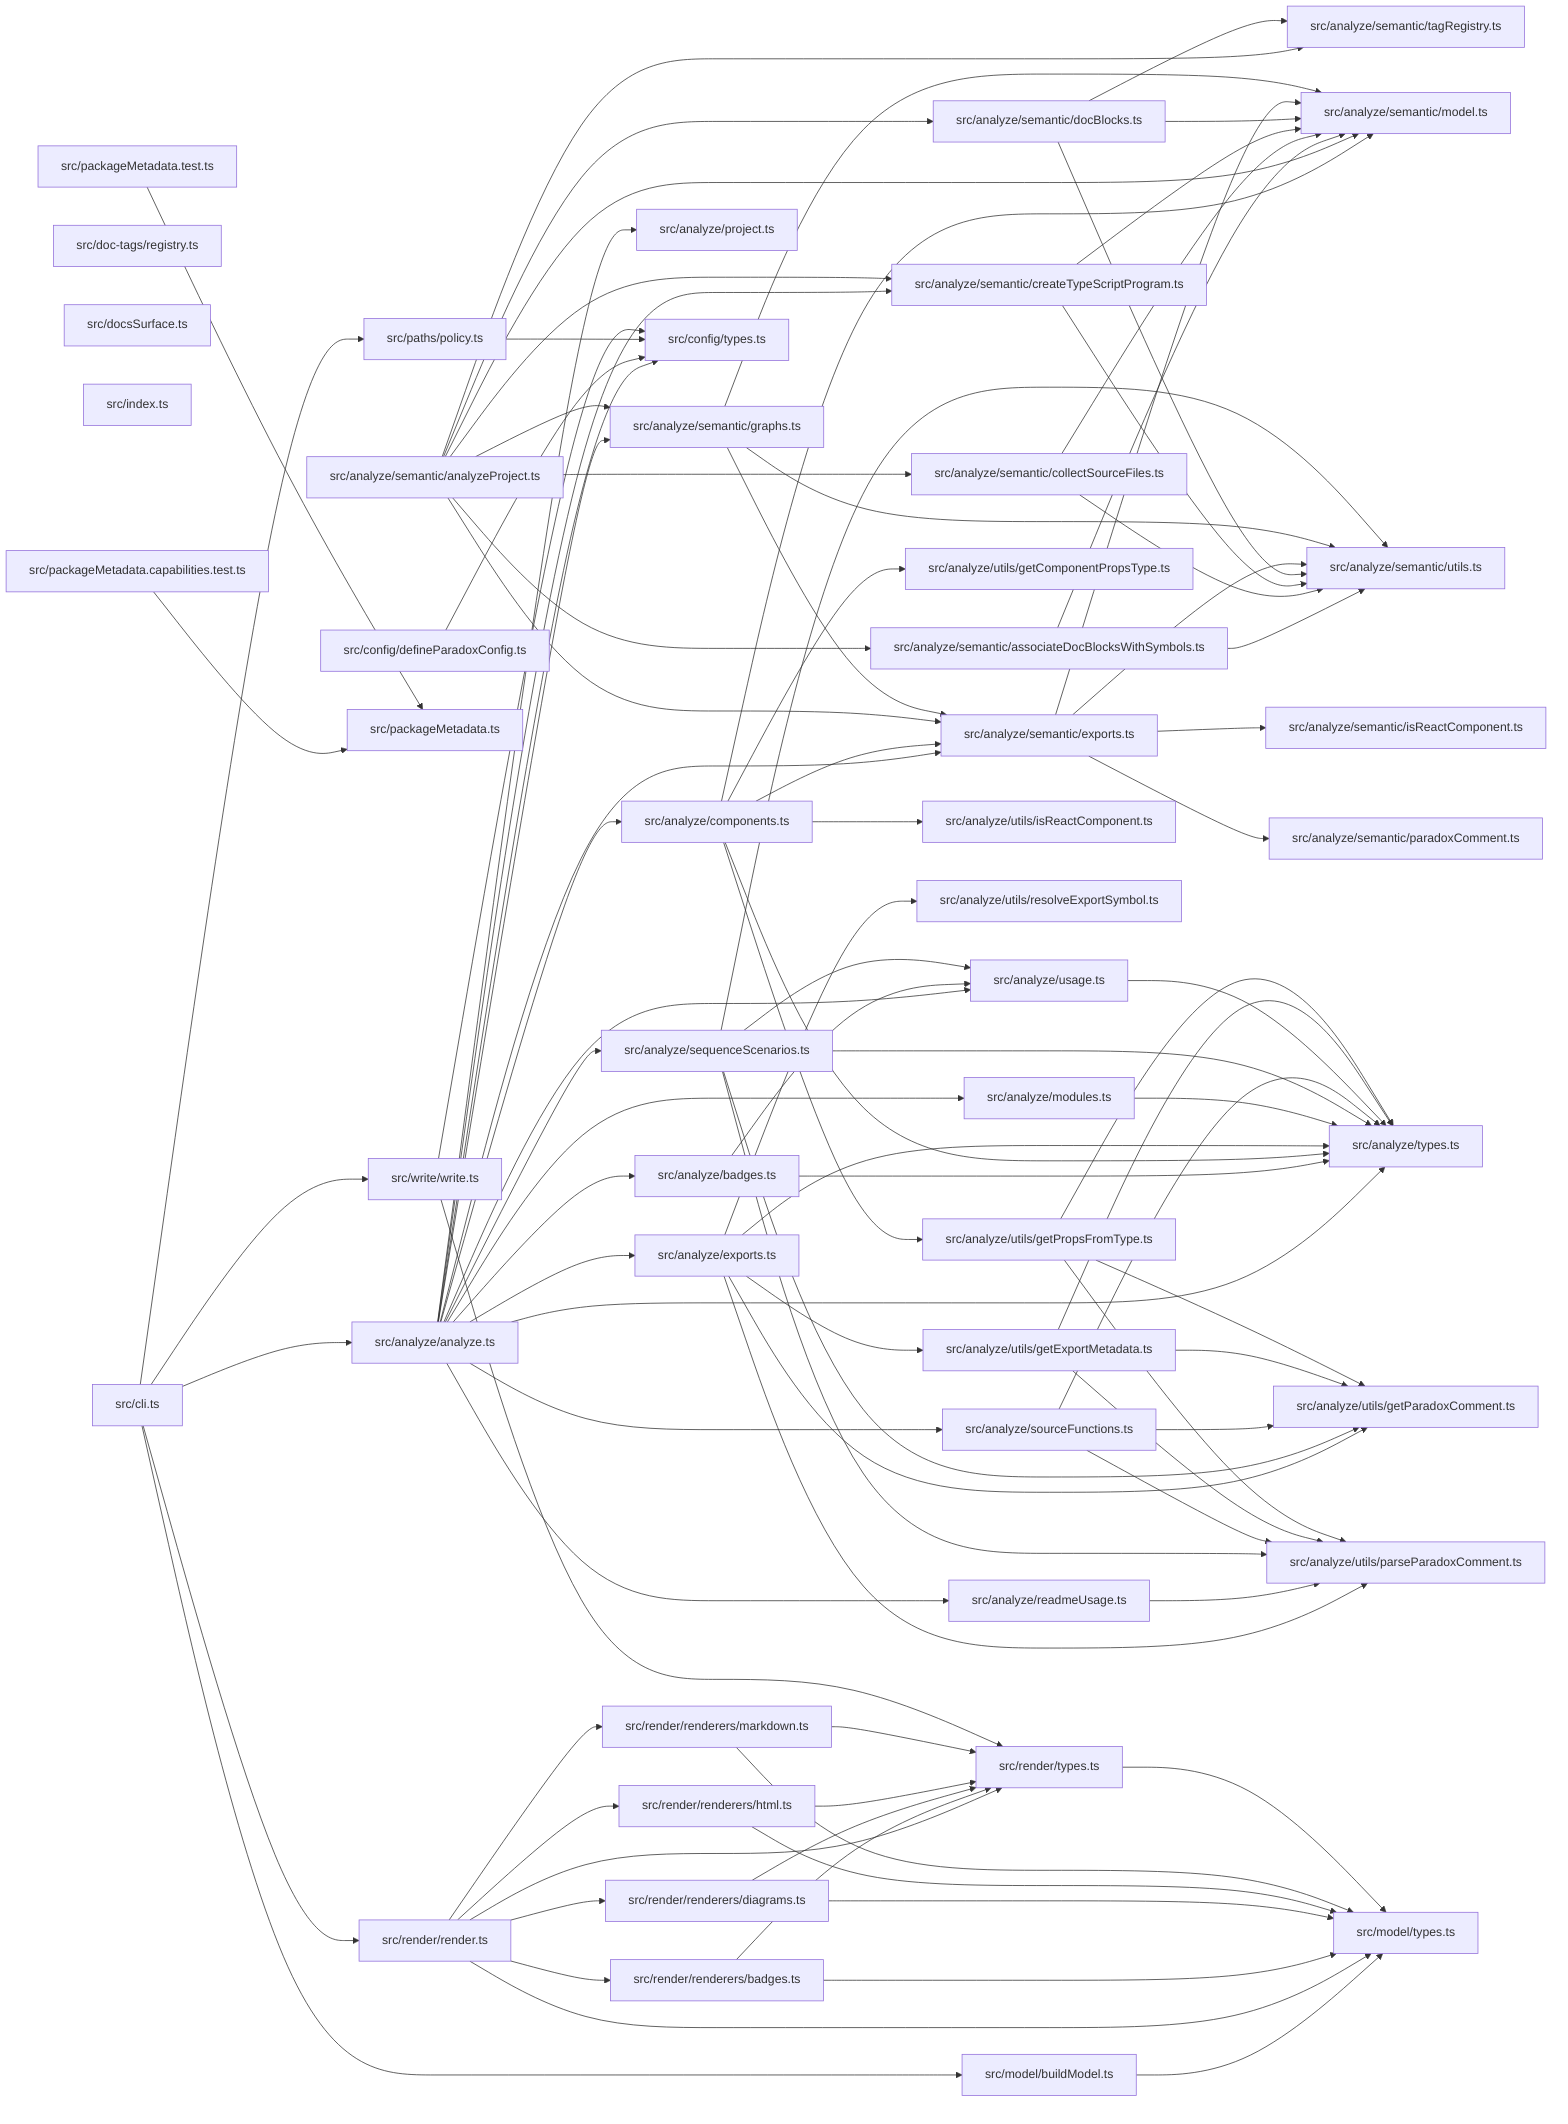
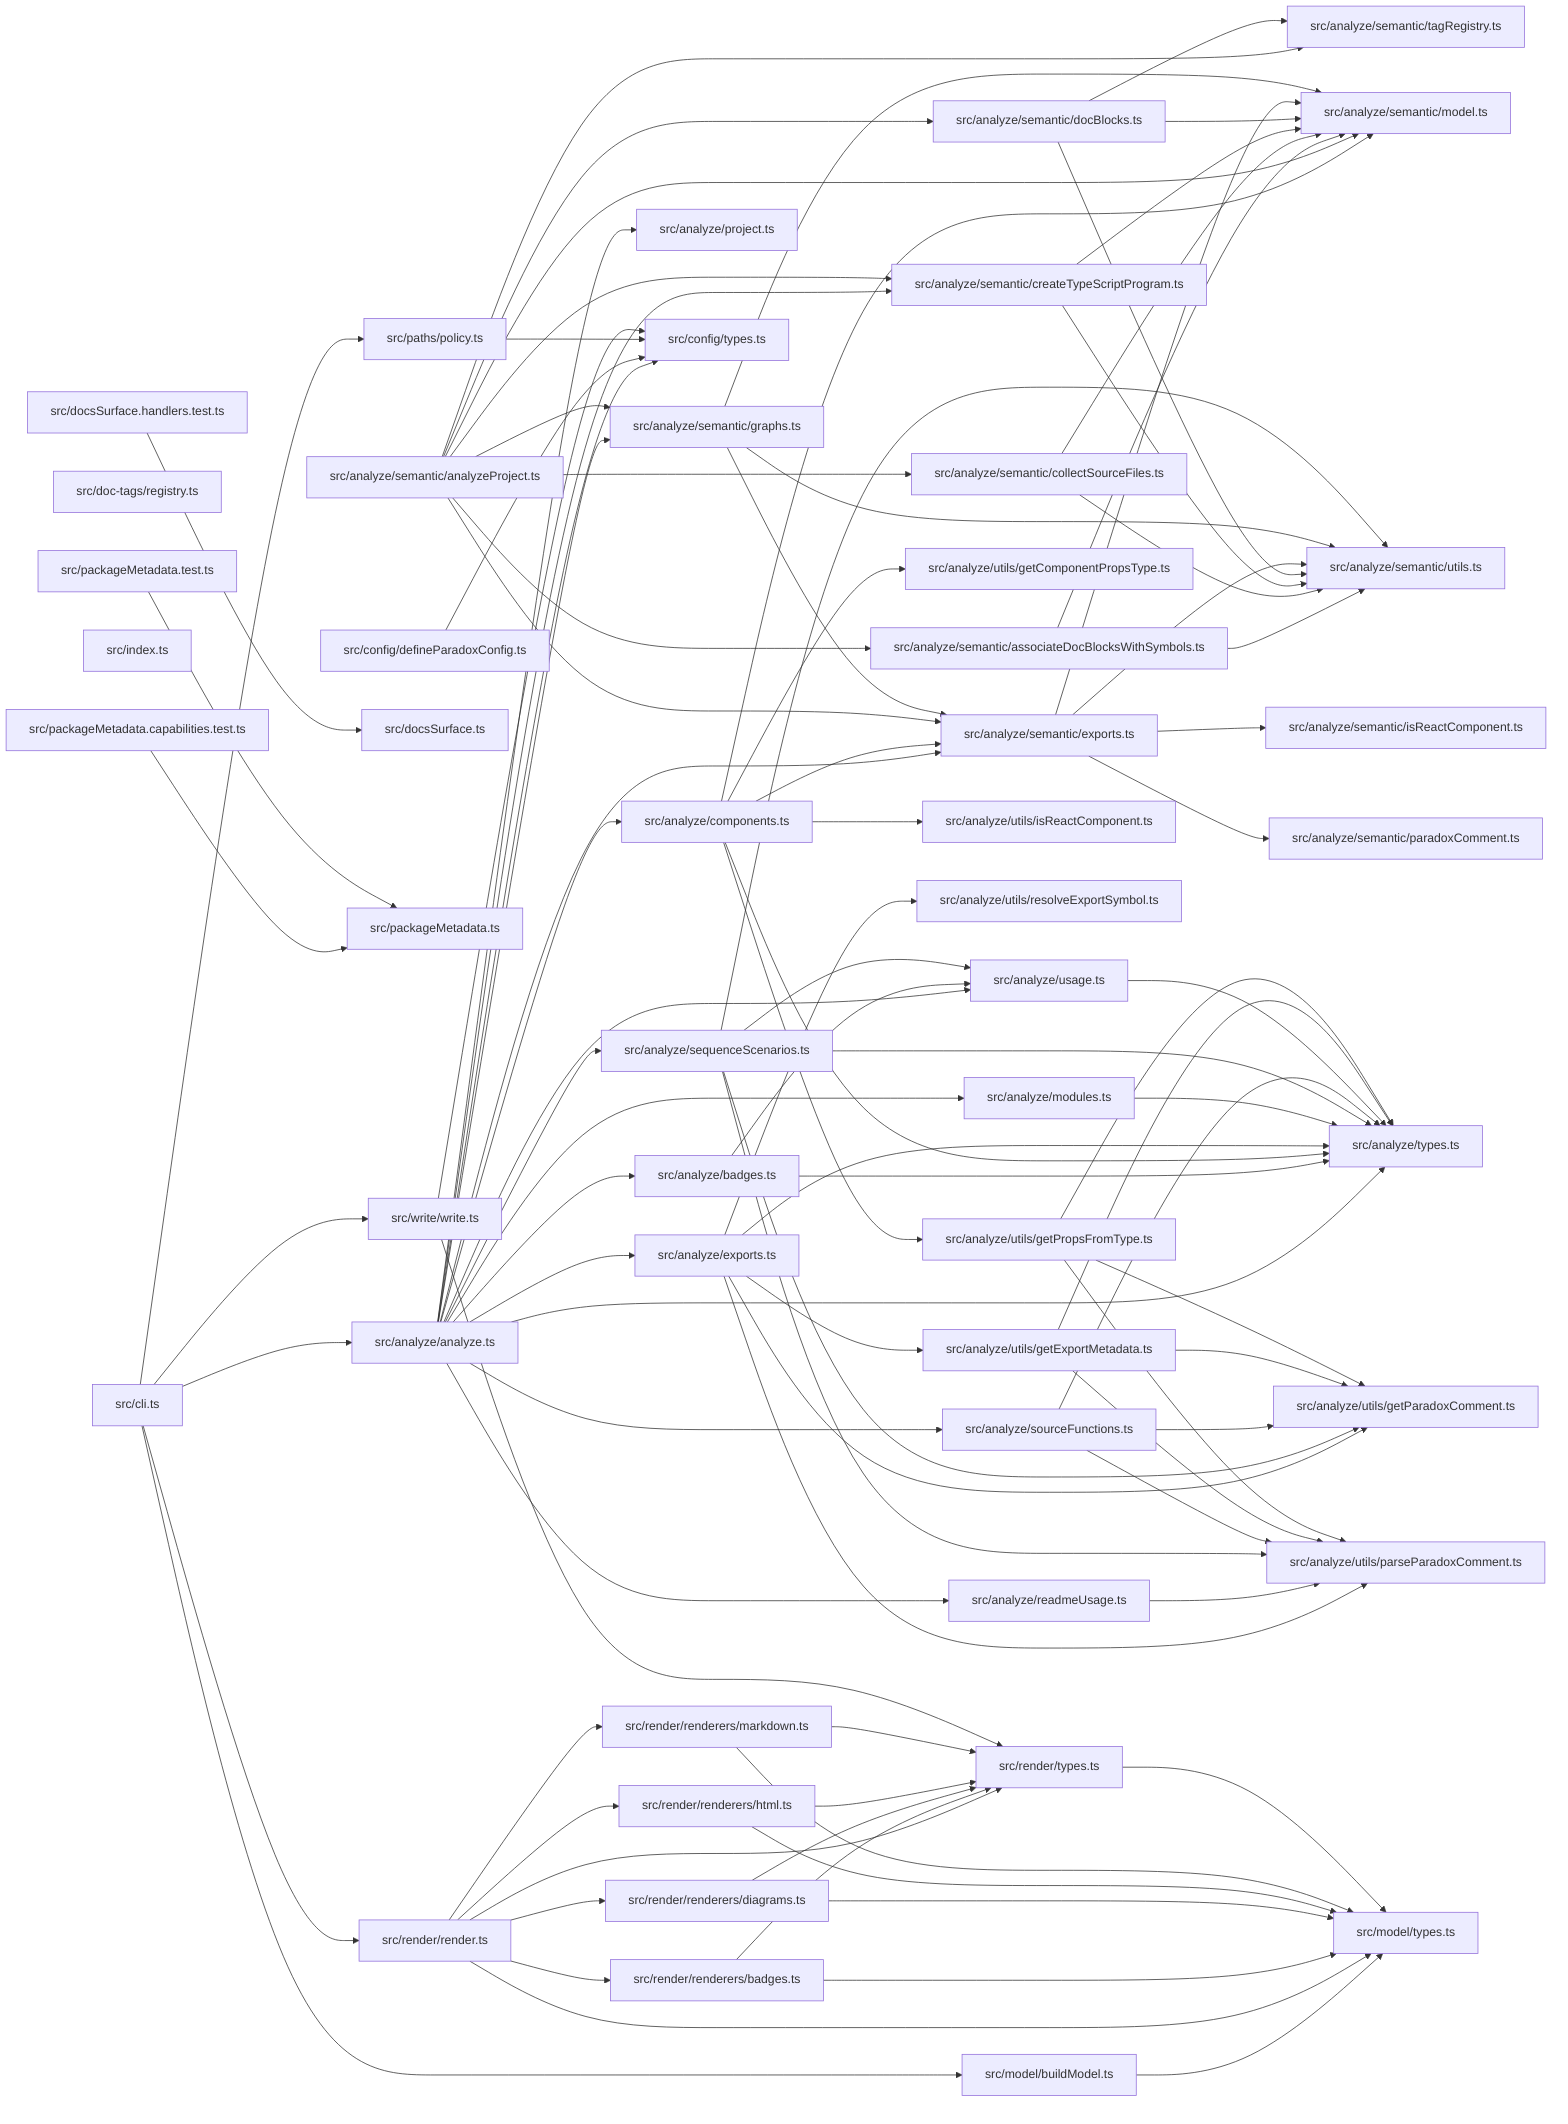
graph LR
  module_src_analyze_analyze_ts["src/analyze/analyze.ts"]
  module_src_analyze_badges_ts["src/analyze/badges.ts"]
  module_src_analyze_components_ts["src/analyze/components.ts"]
  module_src_analyze_exports_ts["src/analyze/exports.ts"]
  module_src_analyze_modules_ts["src/analyze/modules.ts"]
  module_src_analyze_project_ts["src/analyze/project.ts"]
  module_src_analyze_readmeUsage_ts["src/analyze/readmeUsage.ts"]
  module_src_analyze_semantic_analyzeProject_ts["src/analyze/semantic/analyzeProject.ts"]
  module_src_analyze_semantic_associateDocBlocksWithSymbols_ts["src/analyze/semantic/associateDocBlocksWithSymbols.ts"]
  module_src_analyze_semantic_collectSourceFiles_ts["src/analyze/semantic/collectSourceFiles.ts"]
  module_src_analyze_semantic_createTypeScriptProgram_ts["src/analyze/semantic/createTypeScriptProgram.ts"]
  module_src_analyze_semantic_docBlocks_ts["src/analyze/semantic/docBlocks.ts"]
  module_src_analyze_semantic_exports_ts["src/analyze/semantic/exports.ts"]
  module_src_analyze_semantic_graphs_ts["src/analyze/semantic/graphs.ts"]
  module_src_analyze_semantic_isReactComponent_ts["src/analyze/semantic/isReactComponent.ts"]
  module_src_analyze_semantic_model_ts["src/analyze/semantic/model.ts"]
  module_src_analyze_semantic_paradoxComment_ts["src/analyze/semantic/paradoxComment.ts"]
  module_src_analyze_semantic_tagRegistry_ts["src/analyze/semantic/tagRegistry.ts"]
  module_src_analyze_semantic_utils_ts["src/analyze/semantic/utils.ts"]
  module_src_analyze_sequenceScenarios_ts["src/analyze/sequenceScenarios.ts"]
  module_src_analyze_sourceFunctions_ts["src/analyze/sourceFunctions.ts"]
  module_src_analyze_types_ts["src/analyze/types.ts"]
  module_src_analyze_usage_ts["src/analyze/usage.ts"]
  module_src_analyze_utils_getComponentPropsType_ts["src/analyze/utils/getComponentPropsType.ts"]
  module_src_analyze_utils_getExportMetadata_ts["src/analyze/utils/getExportMetadata.ts"]
  module_src_analyze_utils_getParadoxComment_ts["src/analyze/utils/getParadoxComment.ts"]
  module_src_analyze_utils_getPropsFromType_ts["src/analyze/utils/getPropsFromType.ts"]
  module_src_analyze_utils_isReactComponent_ts["src/analyze/utils/isReactComponent.ts"]
  module_src_analyze_utils_parseParadoxComment_ts["src/analyze/utils/parseParadoxComment.ts"]
  module_src_analyze_utils_resolveExportSymbol_ts["src/analyze/utils/resolveExportSymbol.ts"]
  module_src_cli_ts["src/cli.ts"]
  module_src_config_defineParadoxConfig_ts["src/config/defineParadoxConfig.ts"]
  module_src_config_types_ts["src/config/types.ts"]
  module_src_doc_tags_registry_ts["src/doc-tags/registry.ts"]
+   module_src_docsSurface_handlers_test_ts["src/docsSurface.handlers.test.ts"]
  module_src_docsSurface_ts["src/docsSurface.ts"]
  module_src_index_ts["src/index.ts"]
  module_src_model_buildModel_ts["src/model/buildModel.ts"]
  module_src_model_types_ts["src/model/types.ts"]
  module_src_packageMetadata_capabilities_test_ts["src/packageMetadata.capabilities.test.ts"]
  module_src_packageMetadata_test_ts["src/packageMetadata.test.ts"]
  module_src_packageMetadata_ts["src/packageMetadata.ts"]
  module_src_paths_policy_ts["src/paths/policy.ts"]
  module_src_render_render_ts["src/render/render.ts"]
  module_src_render_renderers_badges_ts["src/render/renderers/badges.ts"]
  module_src_render_renderers_diagrams_ts["src/render/renderers/diagrams.ts"]
  module_src_render_renderers_html_ts["src/render/renderers/html.ts"]
  module_src_render_renderers_markdown_ts["src/render/renderers/markdown.ts"]
  module_src_render_types_ts["src/render/types.ts"]
  module_src_write_write_ts["src/write/write.ts"]
  module_src_analyze_analyze_ts --> module_src_analyze_badges_ts
  module_src_analyze_analyze_ts --> module_src_analyze_components_ts
  module_src_analyze_analyze_ts --> module_src_analyze_exports_ts
  module_src_analyze_analyze_ts --> module_src_analyze_modules_ts
  module_src_analyze_analyze_ts --> module_src_analyze_project_ts
  module_src_analyze_analyze_ts --> module_src_analyze_readmeUsage_ts
  module_src_analyze_analyze_ts --> module_src_analyze_semantic_createTypeScriptProgram_ts
  module_src_analyze_analyze_ts --> module_src_analyze_semantic_exports_ts
  module_src_analyze_analyze_ts --> module_src_analyze_semantic_graphs_ts
  module_src_analyze_analyze_ts --> module_src_analyze_sequenceScenarios_ts
  module_src_analyze_analyze_ts --> module_src_analyze_sourceFunctions_ts
  module_src_analyze_analyze_ts --> module_src_analyze_types_ts
  module_src_analyze_analyze_ts --> module_src_analyze_usage_ts
  module_src_analyze_analyze_ts --> module_src_config_types_ts
  module_src_analyze_badges_ts --> module_src_analyze_types_ts
  module_src_analyze_badges_ts --> module_src_analyze_usage_ts
  module_src_analyze_components_ts --> module_src_analyze_semantic_exports_ts
  module_src_analyze_components_ts --> module_src_analyze_semantic_model_ts
  module_src_analyze_components_ts --> module_src_analyze_types_ts
  module_src_analyze_components_ts --> module_src_analyze_utils_getComponentPropsType_ts
  module_src_analyze_components_ts --> module_src_analyze_utils_getPropsFromType_ts
  module_src_analyze_components_ts --> module_src_analyze_utils_isReactComponent_ts
  module_src_analyze_exports_ts --> module_src_analyze_types_ts
  module_src_analyze_exports_ts --> module_src_analyze_utils_getExportMetadata_ts
  module_src_analyze_exports_ts --> module_src_analyze_utils_getParadoxComment_ts
  module_src_analyze_exports_ts --> module_src_analyze_utils_parseParadoxComment_ts
  module_src_analyze_exports_ts --> module_src_analyze_utils_resolveExportSymbol_ts
  module_src_analyze_modules_ts --> module_src_analyze_types_ts
  module_src_analyze_readmeUsage_ts --> module_src_analyze_utils_parseParadoxComment_ts
  module_src_analyze_semantic_analyzeProject_ts --> module_src_analyze_semantic_associateDocBlocksWithSymbols_ts
  module_src_analyze_semantic_analyzeProject_ts --> module_src_analyze_semantic_collectSourceFiles_ts
  module_src_analyze_semantic_analyzeProject_ts --> module_src_analyze_semantic_createTypeScriptProgram_ts
  module_src_analyze_semantic_analyzeProject_ts --> module_src_analyze_semantic_docBlocks_ts
  module_src_analyze_semantic_analyzeProject_ts --> module_src_analyze_semantic_exports_ts
  module_src_analyze_semantic_analyzeProject_ts --> module_src_analyze_semantic_graphs_ts
  module_src_analyze_semantic_analyzeProject_ts --> module_src_analyze_semantic_model_ts
  module_src_analyze_semantic_analyzeProject_ts --> module_src_analyze_semantic_tagRegistry_ts
  module_src_analyze_semantic_associateDocBlocksWithSymbols_ts --> module_src_analyze_semantic_model_ts
  module_src_analyze_semantic_associateDocBlocksWithSymbols_ts --> module_src_analyze_semantic_utils_ts
  module_src_analyze_semantic_collectSourceFiles_ts --> module_src_analyze_semantic_model_ts
  module_src_analyze_semantic_collectSourceFiles_ts --> module_src_analyze_semantic_utils_ts
  module_src_analyze_semantic_createTypeScriptProgram_ts --> module_src_analyze_semantic_model_ts
  module_src_analyze_semantic_createTypeScriptProgram_ts --> module_src_analyze_semantic_utils_ts
  module_src_analyze_semantic_docBlocks_ts --> module_src_analyze_semantic_model_ts
  module_src_analyze_semantic_docBlocks_ts --> module_src_analyze_semantic_tagRegistry_ts
  module_src_analyze_semantic_docBlocks_ts --> module_src_analyze_semantic_utils_ts
  module_src_analyze_semantic_exports_ts --> module_src_analyze_semantic_isReactComponent_ts
  module_src_analyze_semantic_exports_ts --> module_src_analyze_semantic_model_ts
  module_src_analyze_semantic_exports_ts --> module_src_analyze_semantic_paradoxComment_ts
  module_src_analyze_semantic_exports_ts --> module_src_analyze_semantic_utils_ts
  module_src_analyze_semantic_graphs_ts --> module_src_analyze_semantic_exports_ts
  module_src_analyze_semantic_graphs_ts --> module_src_analyze_semantic_model_ts
  module_src_analyze_semantic_graphs_ts --> module_src_analyze_semantic_utils_ts
  module_src_analyze_sequenceScenarios_ts --> module_src_analyze_semantic_utils_ts
  module_src_analyze_sequenceScenarios_ts --> module_src_analyze_types_ts
  module_src_analyze_sequenceScenarios_ts --> module_src_analyze_usage_ts
  module_src_analyze_sequenceScenarios_ts --> module_src_analyze_utils_getParadoxComment_ts
  module_src_analyze_sequenceScenarios_ts --> module_src_analyze_utils_parseParadoxComment_ts
  module_src_analyze_sourceFunctions_ts --> module_src_analyze_types_ts
  module_src_analyze_sourceFunctions_ts --> module_src_analyze_utils_getParadoxComment_ts
  module_src_analyze_sourceFunctions_ts --> module_src_analyze_utils_parseParadoxComment_ts
  module_src_analyze_usage_ts --> module_src_analyze_types_ts
  module_src_analyze_utils_getExportMetadata_ts --> module_src_analyze_types_ts
  module_src_analyze_utils_getExportMetadata_ts --> module_src_analyze_utils_getParadoxComment_ts
  module_src_analyze_utils_getExportMetadata_ts --> module_src_analyze_utils_parseParadoxComment_ts
  module_src_analyze_utils_getPropsFromType_ts --> module_src_analyze_types_ts
  module_src_analyze_utils_getPropsFromType_ts --> module_src_analyze_utils_getParadoxComment_ts
  module_src_analyze_utils_getPropsFromType_ts --> module_src_analyze_utils_parseParadoxComment_ts
  module_src_cli_ts --> module_src_analyze_analyze_ts
  module_src_cli_ts --> module_src_model_buildModel_ts
  module_src_cli_ts --> module_src_paths_policy_ts
  module_src_cli_ts --> module_src_render_render_ts
  module_src_cli_ts --> module_src_write_write_ts
  module_src_config_defineParadoxConfig_ts --> module_src_config_types_ts
+   module_src_docsSurface_handlers_test_ts --> module_src_docsSurface_ts
  module_src_model_buildModel_ts --> module_src_model_types_ts
  module_src_packageMetadata_capabilities_test_ts --> module_src_packageMetadata_ts
  module_src_packageMetadata_test_ts --> module_src_packageMetadata_ts
  module_src_paths_policy_ts --> module_src_config_types_ts
  module_src_render_render_ts --> module_src_model_types_ts
  module_src_render_render_ts --> module_src_render_renderers_badges_ts
  module_src_render_render_ts --> module_src_render_renderers_diagrams_ts
  module_src_render_render_ts --> module_src_render_renderers_html_ts
  module_src_render_render_ts --> module_src_render_renderers_markdown_ts
  module_src_render_render_ts --> module_src_render_types_ts
  module_src_render_renderers_badges_ts --> module_src_model_types_ts
  module_src_render_renderers_badges_ts --> module_src_render_types_ts
  module_src_render_renderers_diagrams_ts --> module_src_model_types_ts
  module_src_render_renderers_diagrams_ts --> module_src_render_types_ts
  module_src_render_renderers_html_ts --> module_src_model_types_ts
  module_src_render_renderers_html_ts --> module_src_render_types_ts
  module_src_render_renderers_markdown_ts --> module_src_model_types_ts
  module_src_render_renderers_markdown_ts --> module_src_render_types_ts
  module_src_render_types_ts --> module_src_model_types_ts
  module_src_write_write_ts --> module_src_config_types_ts
  module_src_write_write_ts --> module_src_render_types_ts
